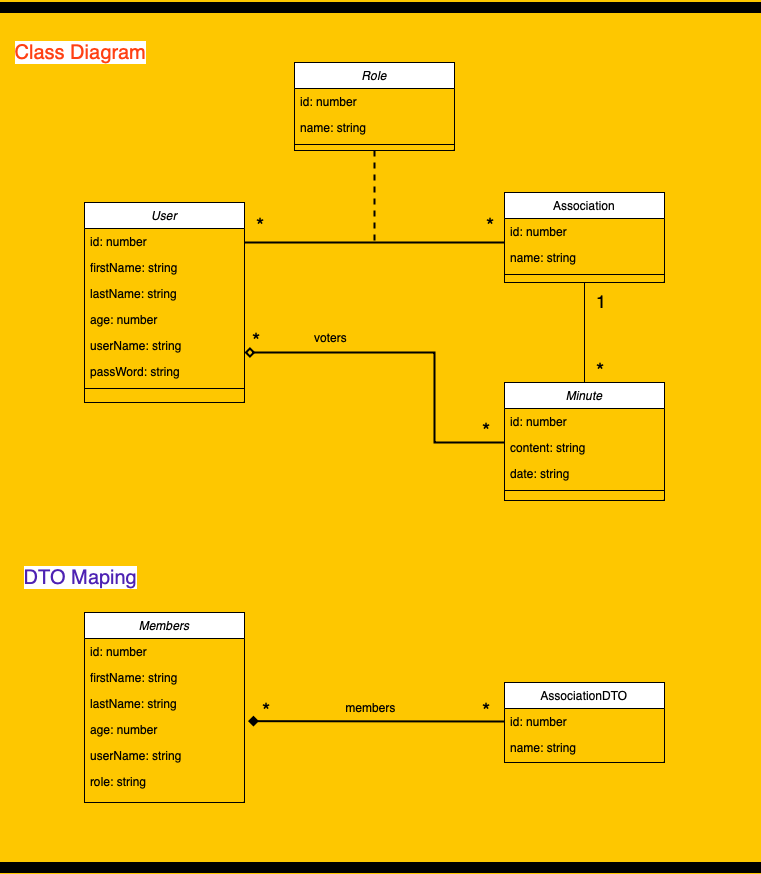
This is Classe Diagram.drawio.png from ZieAmara/fr-administration-api, a draw.io export, as it was before one commit. Source tidied: cells renumbered, new cells last; positions are measured from the earlier drawing's top-left corner, leaving out a move shared by most shapes.
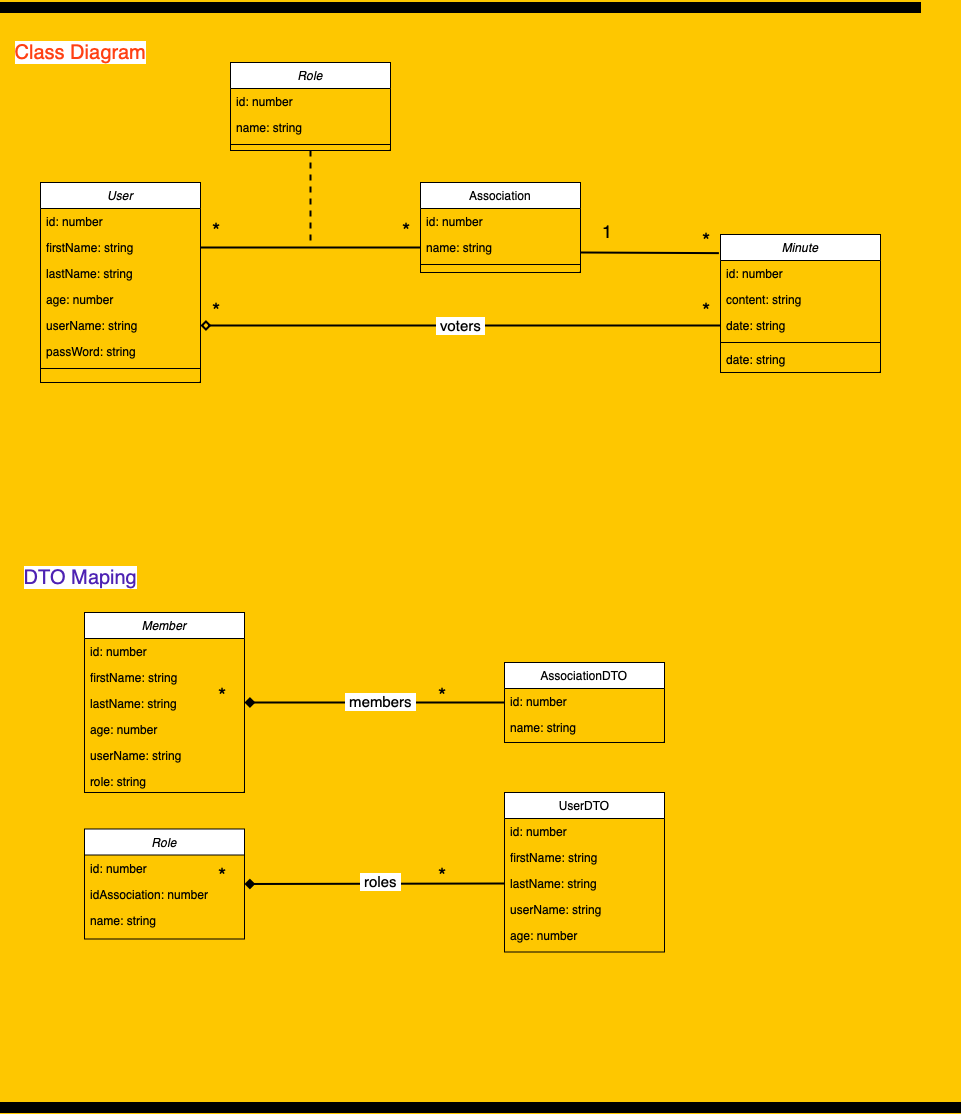
The same file after the commit.

The edit, as a diff of the source:
```diff
@@ -3,7 +3,7 @@
     <mxCell id="0" />
     <mxCell id="1" parent="0" />
     <mxCell id="2" value="User" style="swimlane;fontStyle=2;align=center;verticalAlign=top;horizontal=1;startSize=26;rounded=0;shadow=0;strokeWidth=1;" parent="1" vertex="1">
-      <mxGeometry x="84" y="200" width="160" height="200" as="geometry" />
+      <mxGeometry x="40" y="180" width="160" height="200" as="geometry" />
     </mxCell>
     <mxCell id="3" value="id: number" style="text;align=left;verticalAlign=top;spacingLeft=4;spacingRight=4;overflow=hidden;" parent="2" vertex="1">
       <mxGeometry y="26" width="160" height="26" as="geometry" />
@@ -26,11 +26,8 @@
     <mxCell id="9" style="line;html=1;strokeWidth=1;align=left;verticalAlign=middle;spacingTop=-1;spacingLeft=3;spacingRight=3;labelPosition=right;" parent="2" vertex="1">
       <mxGeometry y="182" width="160" height="8" as="geometry" />
     </mxCell>
-    <mxCell id="10" style="rounded=0;jettySize=auto;html=1;endArrow=none;endFill=0;" parent="1" edge="1" source="11" target="30">
-      <mxGeometry relative="1" as="geometry" />
-    </mxCell>
     <mxCell id="11" value="Association" style="swimlane;fontStyle=0;align=center;verticalAlign=top;horizontal=1;startSize=26;rounded=0;shadow=0;strokeWidth=1;" parent="1" vertex="1">
-      <mxGeometry x="504" y="190" width="160" height="90" as="geometry" />
+      <mxGeometry x="420" y="180" width="160" height="90" as="geometry" />
     </mxCell>
     <mxCell id="12" value="id: number" style="text;align=left;verticalAlign=top;spacingLeft=4;spacingRight=4;overflow=hidden;rounded=0;shadow=0;html=0;" parent="11" vertex="1">
       <mxGeometry y="26" width="160" height="26" as="geometry" />
@@ -41,7 +38,7 @@
     <mxCell id="14" style="line;html=1;strokeWidth=1;align=left;verticalAlign=middle;spacingTop=-1;spacingLeft=3;spacingRight=3;labelPosition=right;" parent="11" vertex="1">
       <mxGeometry y="78" width="160" height="8" as="geometry" />
     </mxCell>
-    <mxCell id="15" style="endArrow=none;shadow=0;strokeWidth=2;rounded=0;endFill=0;edgeStyle=elbowEdgeStyle;elbow=vertical;" parent="1" edge="1" source="2" target="11">
+    <mxCell id="15" style="endArrow=none;shadow=0;strokeWidth=2;rounded=0;endFill=0;elbow=vertical;entryX=0;entryY=0.5;entryDx=0;entryDy=0;exitX=1;exitY=0.5;exitDx=0;exitDy=0;" parent="1" edge="1" source="4" target="13">
       <mxGeometry x="0.5" y="41" relative="1" as="geometry">
         <mxPoint x="-40" y="32" as="offset" />
       </mxGeometry>
@@ -53,46 +50,56 @@
     </mxCell>
     <mxCell id="17" value="*" style="align=left;verticalAlign=bottom;labelBackgroundColor=none;fontSize=21;" parent="15" vertex="1">
       <mxGeometry x="-1" relative="1" as="geometry">
-        <mxPoint x="240" y="-5" as="offset" />
+        <mxPoint x="200" y="-5" as="offset" />
       </mxGeometry>
     </mxCell>
     <mxCell id="18" value="*" style="align=left;verticalAlign=bottom;labelBackgroundColor=none;fontSize=21;" parent="15" vertex="1">
       <mxGeometry x="-1" relative="1" as="geometry">
-        <mxPoint x="350" y="140" as="offset" />
+        <mxPoint x="500" y="5" as="offset" />
       </mxGeometry>
     </mxCell>
     <mxCell id="19" value="1" style="align=left;verticalAlign=bottom;labelBackgroundColor=none;fontSize=18;" parent="15" vertex="1">
       <mxGeometry x="-1" relative="1" as="geometry">
-        <mxPoint x="350" y="70" as="offset" />
+        <mxPoint x="400" y="-5" as="offset" />
       </mxGeometry>
     </mxCell>
     <mxCell id="20" value="*" style="align=left;verticalAlign=bottom;labelBackgroundColor=none;fontSize=21;" parent="15" vertex="1">
       <mxGeometry x="-1" relative="1" as="geometry">
-        <mxPoint x="6" y="110" as="offset" />
+        <mxPoint x="10" y="75" as="offset" />
       </mxGeometry>
     </mxCell>
     <mxCell id="21" value="*" style="align=left;verticalAlign=bottom;labelBackgroundColor=none;fontSize=21;" parent="15" vertex="1">
       <mxGeometry x="-1" relative="1" as="geometry">
-        <mxPoint x="236" y="200" as="offset" />
+        <mxPoint x="500" y="75" as="offset" />
       </mxGeometry>
     </mxCell>
     <mxCell id="22" value="*" style="align=left;verticalAlign=bottom;labelBackgroundColor=none;fontSize=21;" parent="15" vertex="1">
       <mxGeometry x="-1" relative="1" as="geometry">
-        <mxPoint x="16" y="480" as="offset" />
+        <mxPoint x="16" y="460" as="offset" />
       </mxGeometry>
     </mxCell>
     <mxCell id="23" value="*" style="align=left;verticalAlign=bottom;labelBackgroundColor=none;fontSize=21;" parent="15" vertex="1">
       <mxGeometry x="-1" relative="1" as="geometry">
-        <mxPoint x="236" y="480" as="offset" />
+        <mxPoint x="236" y="460" as="offset" />
       </mxGeometry>
     </mxCell>
+    <mxCell id="52" value="*" style="align=left;verticalAlign=bottom;labelBackgroundColor=none;fontSize=21;" parent="15" vertex="1">
+      <mxGeometry x="-1" relative="1" as="geometry">
+        <mxPoint x="16" y="640" as="offset" />
+      </mxGeometry>
+    </mxCell>
+    <mxCell id="53" value="*" style="align=left;verticalAlign=bottom;labelBackgroundColor=none;fontSize=21;" parent="15" vertex="1">
+      <mxGeometry x="-1" relative="1" as="geometry">
+        <mxPoint x="236" y="640" as="offset" />
+      </mxGeometry>
+    </mxCell>
     <mxCell id="24" style="rounded=0;jettySize=auto;html=1;dashed=1;endArrow=none;endFill=0;strokeWidth=2;" parent="1" edge="1" source="25">
       <mxGeometry relative="1" as="geometry">
-        <mxPoint x="374" y="240" as="targetPoint" />
+        <mxPoint x="310" y="240" as="targetPoint" />
       </mxGeometry>
     </mxCell>
     <mxCell id="25" value="Role" style="swimlane;fontStyle=2;align=center;verticalAlign=top;horizontal=1;startSize=26;rounded=0;shadow=0;strokeWidth=1;" parent="1" vertex="1">
-      <mxGeometry x="294" y="60" width="160" height="88" as="geometry" />
+      <mxGeometry x="230" y="60" width="160" height="88" as="geometry" />
     </mxCell>
     <mxCell id="26" value="id: number" style="text;align=left;verticalAlign=top;spacingLeft=4;spacingRight=4;overflow=hidden;" parent="25" vertex="1">
       <mxGeometry y="26" width="160" height="26" as="geometry" />
@@ -103,8 +110,11 @@
     <mxCell id="28" style="line;html=1;strokeWidth=1;align=left;verticalAlign=middle;spacingTop=-1;spacingLeft=3;spacingRight=3;labelPosition=right;" parent="25" vertex="1">
       <mxGeometry y="78" width="160" height="8" as="geometry" />
     </mxCell>
+    <mxCell id="54" style="rounded=0;jettySize=auto;html=1;strokeWidth=2;endArrow=none;endFill=0;entryX=1;entryY=0.692;entryDx=0;entryDy=0;exitX=-0.01;exitY=0.135;exitDx=0;exitDy=0;exitPerimeter=0;entryPerimeter=0;" parent="1" edge="1" source="29" target="13">
+      <mxGeometry relative="1" as="geometry" />
+    </mxCell>
     <mxCell id="29" value="Minute" style="swimlane;fontStyle=2;align=center;verticalAlign=top;horizontal=1;startSize=26;rounded=0;shadow=0;strokeWidth=1;" parent="1" vertex="1">
-      <mxGeometry x="504" y="380" width="160" height="118" as="geometry" />
+      <mxGeometry x="720" y="232" width="160" height="138" as="geometry" />
     </mxCell>
     <mxCell id="30" value="id: number" style="text;align=left;verticalAlign=top;spacingLeft=4;spacingRight=4;overflow=hidden;points=[[0,0.5],[1,0.5]];portConstraint=eastwest;" parent="29" vertex="1">
       <mxGeometry y="26" width="160" height="26" as="geometry" />
@@ -118,19 +128,14 @@
     <mxCell id="33" style="line;html=1;strokeWidth=1;align=left;verticalAlign=middle;spacingTop=-1;spacingLeft=3;spacingRight=3;labelPosition=right;" parent="29" vertex="1">
       <mxGeometry y="104" width="160" height="8" as="geometry" />
     </mxCell>
+    <mxCell id="55" value="date: string" style="text;align=left;verticalAlign=top;spacingLeft=4;spacingRight=4;overflow=hidden;rounded=0;shadow=0;html=0;" parent="29" vertex="1">
+      <mxGeometry y="112" width="160" height="26" as="geometry" />
+    </mxCell>
-    <mxCell id="34" style="rounded=0;orthogonalLoop=1;jettySize=auto;html=1;endArrow=diamond;endFill=0;entryX=1;entryY=0.5;entryDx=0;entryDy=0;edgeStyle=orthogonalEdgeStyle;strokeWidth=2;" parent="1" edge="1">
-      <mxGeometry relative="1" as="geometry">
-        <mxPoint x="504" y="440" as="sourcePoint" />
-        <mxPoint x="244" y="350" as="targetPoint" />
-        <Array as="points">
-          <mxPoint x="504" y="440" />
-          <mxPoint x="434" y="440" />
-          <mxPoint x="434" y="350" />
-        </Array>
-      </mxGeometry>
+    <mxCell id="34" style="rounded=0;jettySize=auto;html=1;endArrow=diamond;endFill=0;strokeWidth=2;exitX=0;exitY=0.5;exitDx=0;exitDy=0;entryX=1;entryY=0.5;entryDx=0;entryDy=0;" parent="1" edge="1" source="32" target="7">
+      <mxGeometry relative="1" as="geometry" />
     </mxCell>
-    <mxCell id="35" value="voters" style="text;html=1;align=center;verticalAlign=middle;strokeColor=none;fillColor=none;" parent="1" vertex="1">
-      <mxGeometry x="300" y="320" width="60" height="30" as="geometry" />
+    <mxCell id="35" value="&lt;font style=&quot;font-size: 15px;&quot;&gt;&amp;nbsp;voters&amp;nbsp;&lt;/font&gt;" style="edgeLabel;html=1;align=center;verticalAlign=middle;" parent="34" vertex="1">
+      <mxGeometry relative="1" as="geometry" />
     </mxCell>
     <mxCell id="36" value="&lt;span style=&quot;background-color: rgb(255, 255, 255);&quot;&gt;Class Diagram&lt;/span&gt;" style="text;html=1;align=center;verticalAlign=middle;strokeColor=none;fillColor=none;fontSize=20;fontColor=#ff4013;" parent="1" vertex="1">
       <mxGeometry x="5" y="30" width="150" height="40" as="geometry" />
@@ -138,8 +143,8 @@
     <mxCell id="37" value="&lt;font style=&quot;background-color: rgb(255, 255, 255);&quot; color=&quot;#4d22b3&quot;&gt;DTO Maping&lt;/font&gt;" style="text;html=1;align=center;verticalAlign=middle;strokeColor=none;fillColor=none;fontSize=20;fontColor=#ff4013;" parent="1" vertex="1">
       <mxGeometry x="10" y="555" width="140" height="40" as="geometry" />
     </mxCell>
-    <mxCell id="38" value="Members" style="swimlane;fontStyle=2;align=center;verticalAlign=top;horizontal=1;startSize=26;rounded=0;shadow=0;strokeWidth=1;" parent="1" vertex="1">
-      <mxGeometry x="84" y="610" width="160" height="190" as="geometry" />
+    <mxCell id="38" value="Member" style="swimlane;fontStyle=2;align=center;verticalAlign=top;horizontal=1;startSize=26;rounded=0;shadow=0;strokeWidth=1;" parent="1" vertex="1">
+      <mxGeometry x="84" y="610" width="160" height="180" as="geometry" />
     </mxCell>
     <mxCell id="39" value="id: number" style="text;align=left;verticalAlign=top;spacingLeft=4;spacingRight=4;overflow=hidden;" parent="38" vertex="1">
       <mxGeometry y="26" width="160" height="26" as="geometry" />
@@ -160,7 +165,7 @@
       <mxGeometry y="156" width="160" height="20" as="geometry" />
     </mxCell>
     <mxCell id="45" value="AssociationDTO" style="swimlane;fontStyle=0;align=center;verticalAlign=top;horizontal=1;startSize=26;rounded=0;shadow=0;strokeWidth=1;" parent="1" vertex="1">
-      <mxGeometry x="504" y="680" width="160" height="80" as="geometry" />
+      <mxGeometry x="504" y="660" width="160" height="80" as="geometry" />
     </mxCell>
     <mxCell id="46" value="id: number" style="text;align=left;verticalAlign=top;spacingLeft=4;spacingRight=4;overflow=hidden;points=[[0,0.5],[1,0.5]];portConstraint=eastwest;rounded=0;shadow=0;html=0;" parent="45" vertex="1">
       <mxGeometry y="26" width="160" height="26" as="geometry" />
@@ -168,17 +173,55 @@
     <mxCell id="47" value="name: string" style="text;align=left;verticalAlign=top;spacingLeft=4;spacingRight=4;overflow=hidden;rounded=0;shadow=0;html=0;" parent="45" vertex="1">
       <mxGeometry y="52" width="160" height="26" as="geometry" />
     </mxCell>
-    <mxCell id="48" style="rounded=0;jettySize=auto;html=1;entryX=1.022;entryY=0.179;entryDx=0;entryDy=0;entryPerimeter=0;endArrow=diamond;endFill=1;strokeWidth=2;exitX=0;exitY=0.5;exitDx=0;exitDy=0;" parent="1" edge="1" source="46" target="42">
+    <mxCell id="48" style="rounded=0;jettySize=auto;html=1;endArrow=diamond;endFill=1;strokeWidth=2;entryX=1;entryY=0.5;entryDx=0;entryDy=0;exitX=0;exitY=0.5;exitDx=0;exitDy=0;" parent="1" edge="1" source="45" target="38">
       <mxGeometry relative="1" as="geometry" />
     </mxCell>
-    <mxCell id="49" value="members" style="text;html=1;align=center;verticalAlign=middle;strokeColor=none;fillColor=none;" parent="1" vertex="1">
-      <mxGeometry x="335" y="690" width="70" height="30" as="geometry" />
+    <mxCell id="49" value="&amp;nbsp;members&amp;nbsp;" style="edgeLabel;html=1;align=center;verticalAlign=middle;fontSize=15;" parent="48" vertex="1">
+      <mxGeometry x="-0.04" y="-1" relative="1" as="geometry" />
     </mxCell>
     <mxCell id="50" value="1" style="whiteSpace=wrap;html=1;fillColor=#000000;" parent="1" vertex="1">
-      <mxGeometry y="860" width="760" height="10" as="geometry" />
+      <mxGeometry y="1100" width="960" height="10" as="geometry" />
     </mxCell>
     <mxCell id="51" value="1" style="whiteSpace=wrap;html=1;fillColor=#000000;" parent="1" vertex="1">
-      <mxGeometry width="760" height="10" as="geometry" />
+      <mxGeometry width="920" height="10" as="geometry" />
     </mxCell>
+    <mxCell id="56" value="Role" style="swimlane;fontStyle=2;align=center;verticalAlign=top;horizontal=1;startSize=26;rounded=0;shadow=0;strokeWidth=1;" parent="1" vertex="1">
+      <mxGeometry x="84" y="826.5" width="160" height="110" as="geometry" />
+    </mxCell>
+    <mxCell id="57" value="id: number" style="text;align=left;verticalAlign=top;spacingLeft=4;spacingRight=4;overflow=hidden;" parent="56" vertex="1">
+      <mxGeometry y="26" width="160" height="26" as="geometry" />
+    </mxCell>
+    <mxCell id="58" value="idAssociation: number" style="text;align=left;verticalAlign=top;spacingLeft=4;spacingRight=4;overflow=hidden;" parent="56" vertex="1">
+      <mxGeometry y="52" width="160" height="26" as="geometry" />
+    </mxCell>
+    <mxCell id="59" value="name: string" style="text;align=left;verticalAlign=top;spacingLeft=4;spacingRight=4;overflow=hidden;" parent="56" vertex="1">
+      <mxGeometry y="78" width="160" height="20" as="geometry" />
+    </mxCell>
+    <mxCell id="60" value="UserDTO" style="swimlane;fontStyle=0;align=center;verticalAlign=top;horizontal=1;startSize=26;rounded=0;shadow=0;strokeWidth=1;" parent="1" vertex="1">
+      <mxGeometry x="504" y="790" width="160" height="159.5" as="geometry" />
+    </mxCell>
+    <mxCell id="61" value="id: number" style="text;align=left;verticalAlign=top;spacingLeft=4;spacingRight=4;overflow=hidden;rounded=0;shadow=0;html=0;" parent="60" vertex="1">
+      <mxGeometry y="26" width="160" height="26" as="geometry" />
+    </mxCell>
+    <mxCell id="62" value="firstName: string" style="text;align=left;verticalAlign=top;spacingLeft=4;spacingRight=4;overflow=hidden;rounded=0;shadow=0;html=0;" parent="60" vertex="1">
+      <mxGeometry y="52" width="160" height="26" as="geometry" />
+    </mxCell>
+    <mxCell id="63" value="lastName: string" style="text;align=left;verticalAlign=top;spacingLeft=4;spacingRight=4;overflow=hidden;points=[[0,0.5],[1,0.5]];portConstraint=eastwest;rounded=0;shadow=0;html=0;" parent="60" vertex="1">
+      <mxGeometry y="78" width="160" height="26" as="geometry" />
+    </mxCell>
+    <mxCell id="64" value="userName: string" style="text;align=left;verticalAlign=top;spacingLeft=4;spacingRight=4;overflow=hidden;" parent="60" vertex="1">
+      <mxGeometry y="104" width="160" height="26" as="geometry" />
+    </mxCell>
+    <mxCell id="65" value="age: number" style="text;align=left;verticalAlign=top;spacingLeft=4;spacingRight=4;overflow=hidden;rounded=0;shadow=0;html=0;" parent="60" vertex="1">
+      <mxGeometry y="130" width="160" height="26" as="geometry" />
+    </mxCell>
+    <mxCell id="66" style="rounded=0;jettySize=auto;html=1;endArrow=diamond;endFill=1;strokeWidth=2;entryX=1;entryY=0.5;entryDx=0;entryDy=0;exitX=0;exitY=0.5;exitDx=0;exitDy=0;" parent="1" edge="1" source="63" target="56">
+      <mxGeometry relative="1" as="geometry" />
+    </mxCell>
+    <mxCell id="67" value="&amp;nbsp;roles&amp;nbsp;" style="edgeLabel;html=1;align=center;verticalAlign=middle;fontSize=15;" parent="66" vertex="1">
+      <mxGeometry x="-0.03" y="1" relative="1" as="geometry">
+        <mxPoint x="2" y="-4" as="offset" />
+      </mxGeometry>
+    </mxCell>
   </root>
 </mxGraphModel>
```
